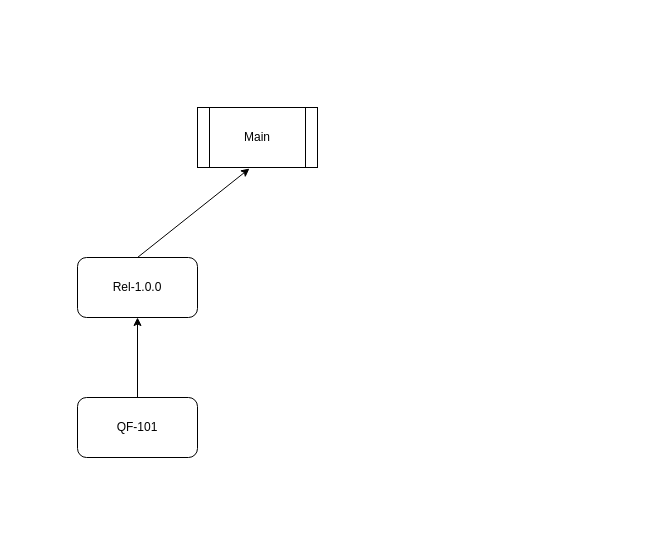
This is githudemo.drawio from mishrabp/mydevops, a draw.io file, before an edit. Source tidied: cells renumbered, new cells numbered last; positions are measured from the earlier drawing's top-left corner, leaving out a move shared by most shapes. Both pictures are drawn from the tidied source at 100%, with x=0, y=0 at pixel (77, 107).
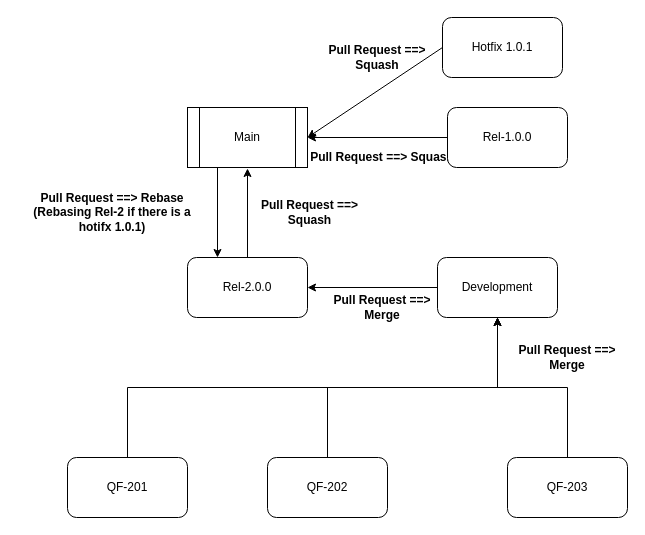
The same page after the edit.

Change to the diagram source:
```diff
@@
     <mxCell id="2" value="Main" style="shape=process;whiteSpace=wrap;html=1;backgroundOutline=1;" parent="1" vertex="1">
-      <mxGeometry x="120" width="120" height="60" as="geometry" />
+      <mxGeometry x="110" width="120" height="60" as="geometry" />
     </mxCell>
-    <mxCell id="3" value="Rel-1.0.0" style="rounded=1;whiteSpace=wrap;html=1;" parent="1" vertex="1">
-      <mxGeometry y="150" width="120" height="60" as="geometry" />
+    <mxCell id="3" value="Rel-2.0.0" style="rounded=1;whiteSpace=wrap;html=1;" parent="1" vertex="1">
+      <mxGeometry x="110" y="150" width="120" height="60" as="geometry" />
     </mxCell>
+    <mxCell id="7" style="edgeStyle=orthogonalEdgeStyle;rounded=0;jettySize=auto;html=1;exitX=0.5;exitY=0;exitDx=0;exitDy=0;" parent="1" edge="1" source="4" target="12">
+      <mxGeometry relative="1" as="geometry" />
+    </mxCell>
-    <mxCell id="4" value="QF-101" style="rounded=1;whiteSpace=wrap;html=1;" parent="1" vertex="1">
-      <mxGeometry y="290" width="120" height="60" as="geometry" />
+    <mxCell id="4" value="QF-201" style="rounded=1;whiteSpace=wrap;html=1;" parent="1" vertex="1">
+      <mxGeometry x="-10" y="350" width="120" height="60" as="geometry" />
     </mxCell>
-    <mxCell id="5" style="endArrow=classic;html=1;entryX=0.5;entryY=1;entryDx=0;entryDy=0;exitX=0.5;exitY=0;exitDx=0;exitDy=0;" parent="1" edge="1" source="4" target="3">
-      <mxGeometry relative="1" as="geometry" />
-    </mxCell>
-    <mxCell id="6" style="endArrow=classic;html=1;entryX=0.433;entryY=1.017;entryDx=0;entryDy=0;exitX=0.5;exitY=0;exitDx=0;exitDy=0;entryPerimeter=0;" parent="1" edge="1" source="3" target="2">
-      <mxGeometry relative="1" as="geometry" />
+    <mxCell id="6" style="endArrow=classic;html=1;exitX=0.5;exitY=0;exitDx=0;exitDy=0;" parent="1" edge="1" source="3">
+      <mxGeometry relative="1" as="geometry">
+        <mxPoint x="170" y="61" as="targetPoint" />
+      </mxGeometry>
     </mxCell>
+    <mxCell id="8" style="edgeStyle=orthogonalEdgeStyle;rounded=0;jettySize=auto;html=1;exitX=0.5;exitY=0;exitDx=0;exitDy=0;entryX=0.5;entryY=1;entryDx=0;entryDy=0;" parent="1" edge="1" source="9" target="12">
+      <mxGeometry relative="1" as="geometry" />
+    </mxCell>
+    <mxCell id="9" value="QF-202" style="rounded=1;whiteSpace=wrap;html=1;" parent="1" vertex="1">
+      <mxGeometry x="190" y="350" width="120" height="60" as="geometry" />
+    </mxCell>
+    <mxCell id="10" style="edgeStyle=orthogonalEdgeStyle;rounded=0;jettySize=auto;html=1;exitX=0.5;exitY=0;exitDx=0;exitDy=0;entryX=0.5;entryY=1;entryDx=0;entryDy=0;" parent="1" edge="1" source="11" target="12">
+      <mxGeometry relative="1" as="geometry" />
+    </mxCell>
+    <mxCell id="11" value="QF-203" style="rounded=1;whiteSpace=wrap;html=1;" parent="1" vertex="1">
+      <mxGeometry x="430" y="350" width="120" height="60" as="geometry" />
+    </mxCell>
+    <mxCell id="12" value="Development" style="rounded=1;whiteSpace=wrap;html=1;" parent="1" vertex="1">
+      <mxGeometry x="360" y="150" width="120" height="60" as="geometry" />
+    </mxCell>
+    <mxCell id="13" style="endArrow=classic;html=1;entryX=1;entryY=0.5;entryDx=0;entryDy=0;exitX=0;exitY=0.5;exitDx=0;exitDy=0;" parent="1" edge="1" source="12" target="3">
+      <mxGeometry relative="1" as="geometry" />
+    </mxCell>
+    <mxCell id="14" value="Pull Request ==&amp;gt; Squash" style="text;html=1;strokeColor=none;fillColor=none;align=center;verticalAlign=middle;whiteSpace=wrap;rounded=0;fontStyle=1;" parent="1" vertex="1">
+      <mxGeometry x="210" y="40" width="190" height="20" as="geometry" />
+    </mxCell>
+    <mxCell id="15" value="Pull Request ==&amp;gt; Merge" style="text;html=1;strokeColor=none;fillColor=none;align=center;verticalAlign=middle;whiteSpace=wrap;rounded=0;fontStyle=1;" parent="1" vertex="1">
+      <mxGeometry x="245" y="190" width="120" height="20" as="geometry" />
+    </mxCell>
+    <mxCell id="16" value="Pull Request ==&amp;gt; Squash" style="text;html=1;strokeColor=none;fillColor=none;align=center;verticalAlign=middle;whiteSpace=wrap;rounded=0;fontStyle=1;" parent="1" vertex="1">
+      <mxGeometry x="240" y="-60" width="120" height="20" as="geometry" />
+    </mxCell>
+    <mxCell id="17" value="Rel-1.0.0" style="rounded=1;whiteSpace=wrap;html=1;" parent="1" vertex="1">
+      <mxGeometry x="370" width="120" height="60" as="geometry" />
+    </mxCell>
+    <mxCell id="18" value="Pull Request ==&amp;gt; Rebase&lt;br&gt;(Rebasing Rel-2 if there is a hotifx 1.0.1)" style="text;html=1;strokeColor=none;fillColor=none;align=center;verticalAlign=middle;whiteSpace=wrap;rounded=0;fontStyle=1;" parent="1" vertex="1">
+      <mxGeometry x="-60" y="80" width="190" height="50" as="geometry" />
+    </mxCell>
+    <mxCell id="19" style="endArrow=classic;html=1;exitX=0.25;exitY=1;exitDx=0;exitDy=0;entryX=0.25;entryY=0;entryDx=0;entryDy=0;" parent="1" edge="1" source="2" target="3">
+      <mxGeometry relative="1" as="geometry" />
+    </mxCell>
+    <mxCell id="20" style="endArrow=classic;html=1;entryX=1;entryY=0.5;entryDx=0;entryDy=0;exitX=0;exitY=0.5;exitDx=0;exitDy=0;" parent="1" edge="1" source="17" target="2">
+      <mxGeometry relative="1" as="geometry" />
+    </mxCell>
+    <mxCell id="21" value="Hotfix 1.0.1" style="rounded=1;whiteSpace=wrap;html=1;" parent="1" vertex="1">
+      <mxGeometry x="365" y="-90" width="120" height="60" as="geometry" />
+    </mxCell>
+    <mxCell id="22" style="endArrow=classic;html=1;entryX=1;entryY=0.5;entryDx=0;entryDy=0;exitX=0;exitY=0.5;exitDx=0;exitDy=0;" parent="1" edge="1" source="21" target="2">
+      <mxGeometry relative="1" as="geometry" />
+    </mxCell>
+    <mxCell id="23" value="Pull Request ==&amp;gt; Squash" style="text;html=1;strokeColor=none;fillColor=none;align=center;verticalAlign=middle;whiteSpace=wrap;rounded=0;fontStyle=1;" parent="1" vertex="1">
+      <mxGeometry x="170" y="95" width="125" height="20" as="geometry" />
+    </mxCell>
+    <mxCell id="24" value="Pull Request ==&amp;gt; Merge" style="text;html=1;strokeColor=none;fillColor=none;align=center;verticalAlign=middle;whiteSpace=wrap;rounded=0;fontStyle=1;" parent="1" vertex="1">
+      <mxGeometry x="430" y="240" width="120" height="20" as="geometry" />
+    </mxCell>
```
